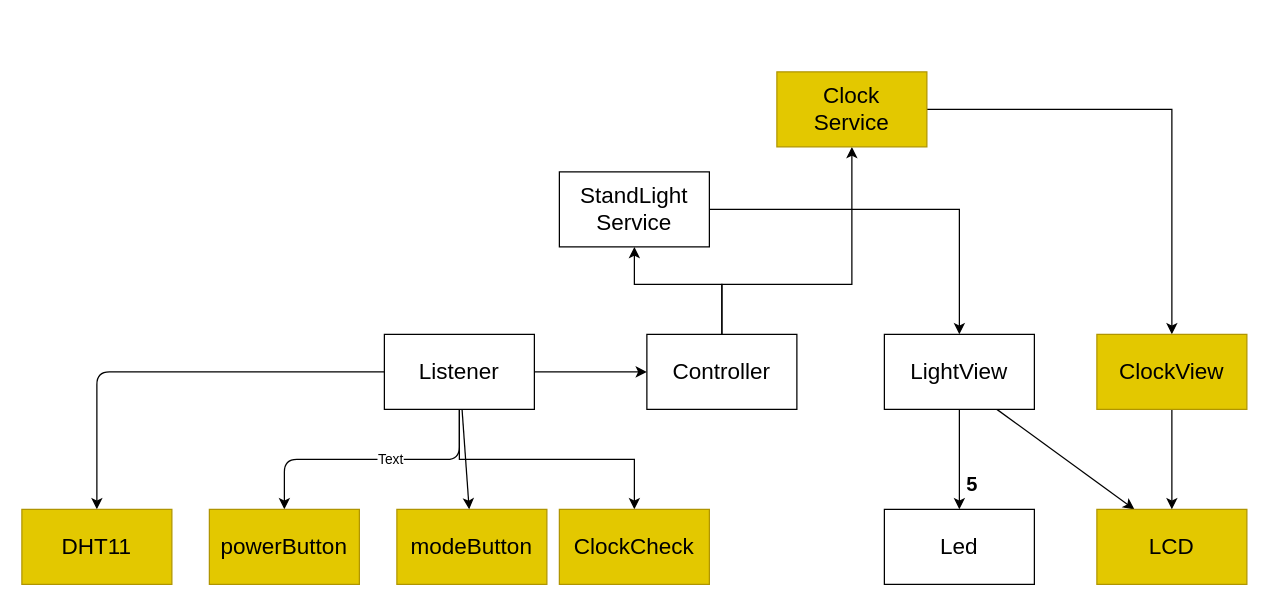
This is page "페이지-1" (1 of 2) of sw_design/architecture.drawio from honghyeonjun/StandLight_Clock_temperature, a draw.io file, before an edit. Source tidied: cells renumbered, new cells numbered last; positions are measured from the earlier drawing's top-left corner, leaving out a move shared by most shapes. Both pictures are drawn from the tidied source at 125%, with x=0, y=0 at pixel (21, 71).
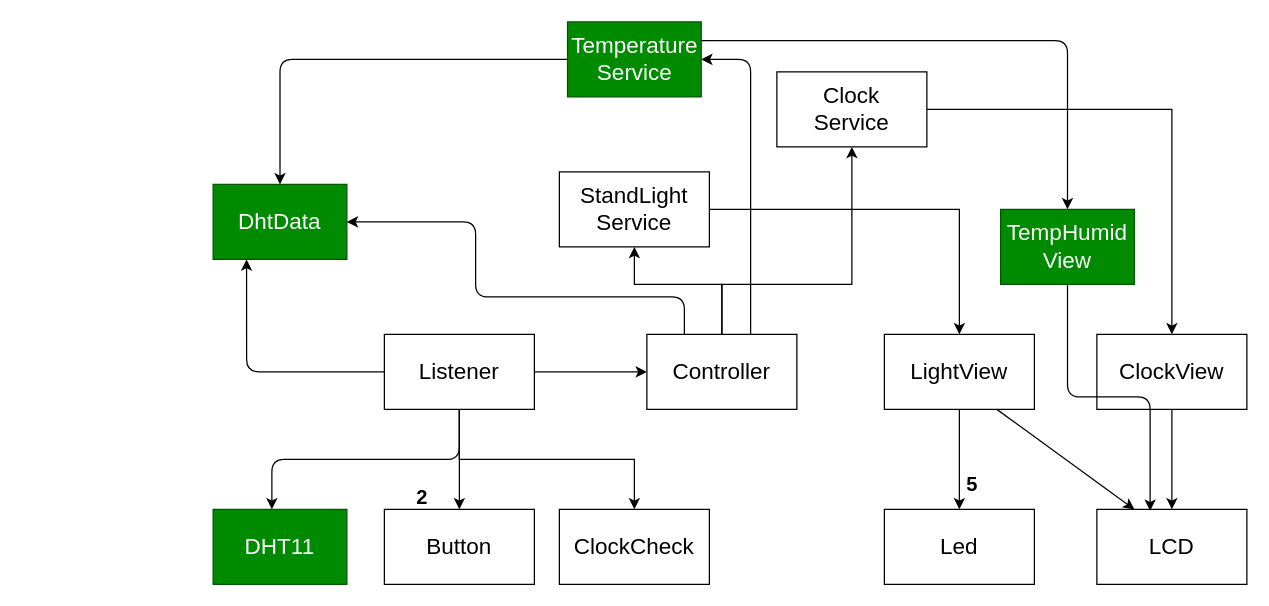
Above is the later version.

The change refers to these unchanged cells:
```xml
<mxCell id="9" value="Listener" style="whiteSpace=wrap;html=1;fontSize=18;" parent="1" vertex="1">
  <mxGeometry x="290" y="210" width="120" height="60" as="geometry" />
</mxCell>
<mxCell id="12" value="Controller" style="whiteSpace=wrap;html=1;fontSize=18;" parent="1" vertex="1">
  <mxGeometry x="500" y="210" width="120" height="60" as="geometry" />
</mxCell>
```

What changed in the source:
```diff
@@
-    <mxCell id="2" value="modeButton" style="whiteSpace=wrap;html=1;fontSize=18;fillColor=#e3c800;strokeColor=#B09500;fontColor=#000000;" parent="1" vertex="1">
-      <mxGeometry x="300" y="350" width="120" height="60" as="geometry" />
+    <mxCell id="2" value="Button" style="whiteSpace=wrap;html=1;fontSize=18;" parent="1" vertex="1">
+      <mxGeometry x="290" y="350" width="120" height="60" as="geometry" />
     </mxCell>
@@
-    <mxCell id="6" style="edgeStyle=orthogonalEdgeStyle;html=1;exitX=0.5;exitY=1;exitDx=0;exitDy=0;entryX=0.5;entryY=0;entryDx=0;entryDy=0;" parent="1" edge="1" source="9" target="26">
-      <mxGeometry relative="1" as="geometry" />
-    </mxCell>
-    <mxCell id="7" value="Text" style="edgeLabel;html=1;align=center;verticalAlign=middle;" parent="6" vertex="1">
-      <mxGeometry x="-0.13" y="-1" relative="1" as="geometry" />
-    </mxCell>
     <mxCell id="8" style="edgeStyle=orthogonalEdgeStyle;html=1;" parent="1" edge="1" source="9" target="27">
-      <mxGeometry relative="1" as="geometry" />
+      <mxGeometry relative="1" as="geometry">
+        <Array as="points">
+          <mxPoint x="350" y="310" />
+          <mxPoint x="200" y="310" />
+        </Array>
+      </mxGeometry>
     </mxCell>
+    <mxCell id="28" style="edgeStyle=orthogonalEdgeStyle;html=1;entryX=0.25;entryY=1;entryDx=0;entryDy=0;" parent="1" edge="1" source="9" target="32">
+      <mxGeometry relative="1" as="geometry" />
+    </mxCell>
@@
+    <mxCell id="29" style="edgeStyle=orthogonalEdgeStyle;html=1;exitX=0.25;exitY=0;exitDx=0;exitDy=0;entryX=1;entryY=0.5;entryDx=0;entryDy=0;" parent="1" edge="1" source="12" target="32">
+      <mxGeometry relative="1" as="geometry">
+        <Array as="points">
+          <mxPoint x="530" y="180" />
+          <mxPoint x="363" y="180" />
+          <mxPoint x="363" y="120" />
+        </Array>
+      </mxGeometry>
+    </mxCell>
+    <mxCell id="30" style="edgeStyle=orthogonalEdgeStyle;html=1;entryX=1;entryY=0.5;entryDx=0;entryDy=0;" parent="1" edge="1" source="12" target="35">
+      <mxGeometry relative="1" as="geometry">
+        <Array as="points">
+          <mxPoint x="583" y="-10" />
+        </Array>
+      </mxGeometry>
+    </mxCell>
@@
-    <mxCell id="20" value="LCD" style="whiteSpace=wrap;html=1;fontSize=18;fillColor=#e3c800;strokeColor=#B09500;fontColor=#000000;" parent="1" vertex="1">
+    <mxCell id="20" value="LCD" style="whiteSpace=wrap;html=1;fontSize=18;" parent="1" vertex="1">
       <mxGeometry x="860" y="350" width="120" height="60" as="geometry" />
     </mxCell>
@@
-    <mxCell id="22" value="Clock&lt;br&gt;Service" style="whiteSpace=wrap;html=1;fontSize=18;fillColor=#e3c800;strokeColor=#B09500;fontColor=#000000;" parent="1" vertex="1">
+    <mxCell id="22" value="Clock&lt;br&gt;Service" style="whiteSpace=wrap;html=1;fontSize=18;" parent="1" vertex="1">
       <mxGeometry x="604" width="120" height="60" as="geometry" />
     </mxCell>
@@
-    <mxCell id="24" value="ClockView" style="whiteSpace=wrap;html=1;fontSize=18;fillColor=#e3c800;strokeColor=#B09500;fontColor=#000000;" parent="1" vertex="1">
+    <mxCell id="24" value="ClockView" style="whiteSpace=wrap;html=1;fontSize=18;" parent="1" vertex="1">
       <mxGeometry x="860" y="210" width="120" height="60" as="geometry" />
     </mxCell>
-    <mxCell id="25" value="ClockCheck" style="whiteSpace=wrap;html=1;fontSize=18;fillColor=#e3c800;strokeColor=#B09500;fontColor=#000000;" parent="1" vertex="1">
+    <mxCell id="25" value="ClockCheck" style="whiteSpace=wrap;html=1;fontSize=18;" parent="1" vertex="1">
       <mxGeometry x="430" y="350" width="120" height="60" as="geometry" />
     </mxCell>
-    <mxCell id="26" value="powerButton" style="whiteSpace=wrap;html=1;fontSize=18;fillColor=#e3c800;strokeColor=#B09500;fontColor=#000000;" parent="1" vertex="1">
-      <mxGeometry x="150" y="350" width="120" height="60" as="geometry" />
-    </mxCell>
-    <mxCell id="27" value="DHT11" style="whiteSpace=wrap;html=1;fontSize=18;fillColor=#e3c800;strokeColor=#B09500;fontColor=#000000;" parent="1" vertex="1">
-      <mxGeometry y="350" width="120" height="60" as="geometry" />
+    <mxCell id="27" value="DHT11" style="whiteSpace=wrap;html=1;fontSize=18;fillColor=#008a00;strokeColor=#005700;fontColor=#ffffff;" parent="1" vertex="1">
+      <mxGeometry x="153" y="350" width="107" height="60" as="geometry" />
     </mxCell>
+    <mxCell id="31" value="2" style="text;html=1;align=center;verticalAlign=middle;strokeColor=none;fillColor=none;fontSize=16;fontStyle=1;" parent="1" vertex="1">
+      <mxGeometry x="310" y="330" width="20" height="20" as="geometry" />
+    </mxCell>
+    <mxCell id="32" value="DhtData" style="whiteSpace=wrap;html=1;fontSize=18;fillColor=#008a00;strokeColor=#005700;fontColor=#ffffff;" parent="1" vertex="1">
+      <mxGeometry x="153" y="90" width="107" height="60" as="geometry" />
+    </mxCell>
+    <mxCell id="33" style="edgeStyle=orthogonalEdgeStyle;html=1;" parent="1" edge="1" source="35" target="32">
+      <mxGeometry relative="1" as="geometry" />
+    </mxCell>
+    <mxCell id="34" style="edgeStyle=orthogonalEdgeStyle;html=1;exitX=1;exitY=0.25;exitDx=0;exitDy=0;" parent="1" edge="1" source="35" target="37">
+      <mxGeometry relative="1" as="geometry" />
+    </mxCell>
+    <mxCell id="35" value="Temperature&lt;br&gt;Service" style="whiteSpace=wrap;html=1;fontSize=18;fillColor=#008a00;strokeColor=#005700;fontColor=#ffffff;" parent="1" vertex="1">
+      <mxGeometry x="436.5" y="-40" width="107" height="60" as="geometry" />
+    </mxCell>
+    <mxCell id="36" style="edgeStyle=orthogonalEdgeStyle;html=1;exitX=0.5;exitY=1;exitDx=0;exitDy=0;entryX=0.355;entryY=0.019;entryDx=0;entryDy=0;entryPerimeter=0;" parent="1" edge="1" source="37" target="20">
+      <mxGeometry relative="1" as="geometry" />
+    </mxCell>
+    <mxCell id="37" value="TempHumid&lt;br&gt;View" style="whiteSpace=wrap;html=1;fontSize=18;fillColor=#008a00;strokeColor=#005700;fontColor=#ffffff;" parent="1" vertex="1">
+      <mxGeometry x="783" y="110" width="107" height="60" as="geometry" />
+    </mxCell>
```
